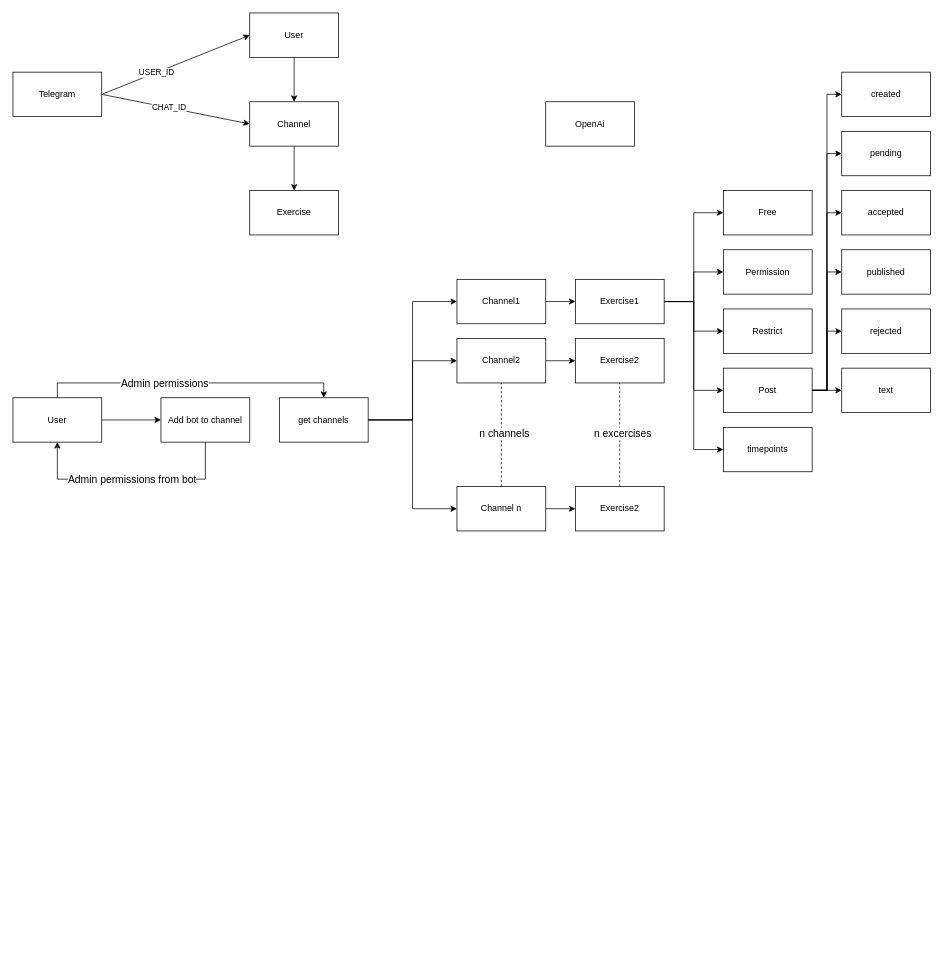
This is page "app_scheme" (4 of 4) of ChatGPT typing.drawio from KmvRoman/Diagrams, a draw.io file, before an edit. Source tidied: cells renumbered, new cells numbered last; positions are measured from the earlier drawing's top-left corner, leaving out a move shared by most shapes. Both pictures are drawn from the tidied source at 74%, with x=0, y=0 at pixel (13, 13).
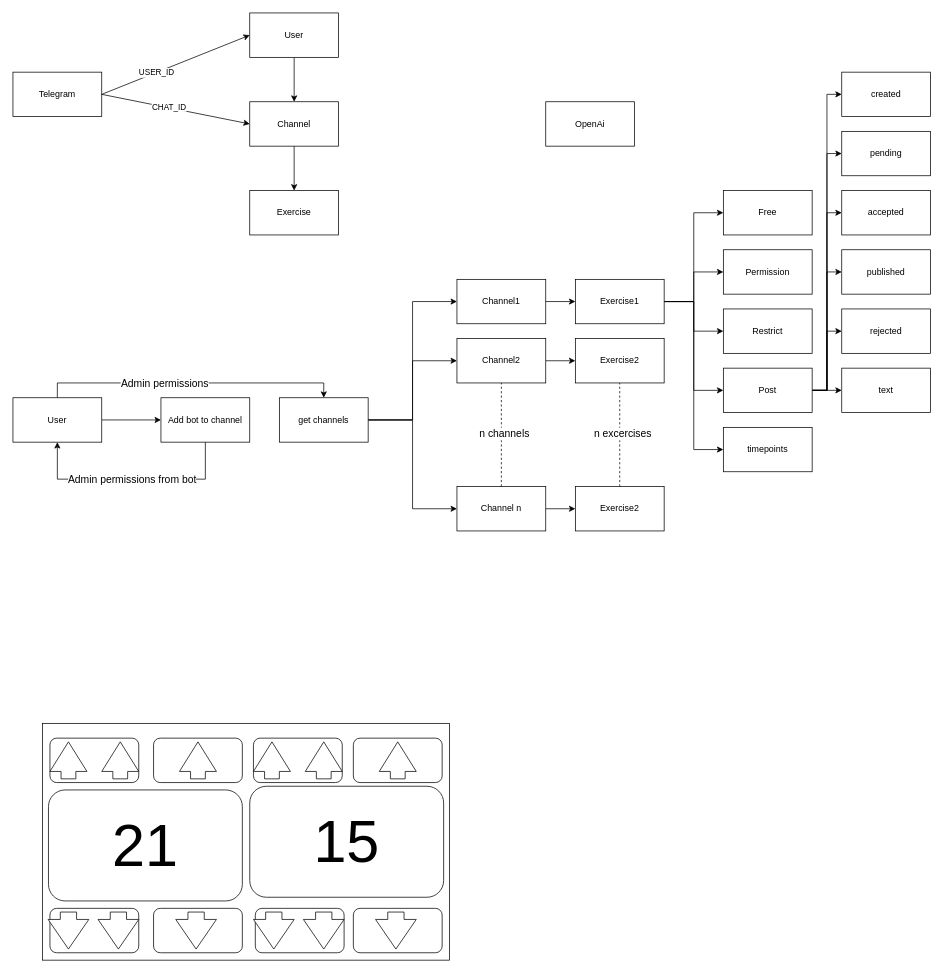
Above is the later version.

Diff of the diagram source:
```diff
@@
+    <mxCell id="59" style="rounded=0;whiteSpace=wrap;html=1;" parent="1" vertex="1">
+      <mxGeometry x="40" y="960" width="550" height="320" as="geometry" />
+    </mxCell>
+    <mxCell id="60" style="rounded=1;whiteSpace=wrap;html=1;" parent="1" vertex="1">
+      <mxGeometry x="50" y="980" width="120" height="60" as="geometry" />
+    </mxCell>
+    <mxCell id="61" style="html=1;shadow=0;dashed=0;align=center;verticalAlign=middle;shape=mxgraph.arrows2.arrow;dy=0.6;dx=40;direction=north;notch=0;" parent="1" vertex="1">
+      <mxGeometry x="50" y="985" width="50" height="50" as="geometry" />
+    </mxCell>
+    <mxCell id="62" style="html=1;shadow=0;dashed=0;align=center;verticalAlign=middle;shape=mxgraph.arrows2.arrow;dy=0.6;dx=40;direction=north;notch=0;" parent="1" vertex="1">
+      <mxGeometry x="120" y="985" width="50" height="50" as="geometry" />
+    </mxCell>
+    <mxCell id="63" style="rounded=1;whiteSpace=wrap;html=1;" parent="1" vertex="1">
+      <mxGeometry x="190" y="980" width="120" height="60" as="geometry" />
+    </mxCell>
+    <mxCell id="64" style="html=1;shadow=0;dashed=0;align=center;verticalAlign=middle;shape=mxgraph.arrows2.arrow;dy=0.6;dx=40;direction=north;notch=0;" parent="1" vertex="1">
+      <mxGeometry x="225" y="985" width="50" height="50" as="geometry" />
+    </mxCell>
+    <mxCell id="65" style="rounded=1;whiteSpace=wrap;html=1;" parent="1" vertex="1">
+      <mxGeometry x="50" y="1210" width="120" height="60" as="geometry" />
+    </mxCell>
+    <mxCell id="66" style="html=1;shadow=0;dashed=0;align=center;verticalAlign=middle;shape=mxgraph.arrows2.arrow;dy=0.6;dx=40;direction=south;notch=0;" parent="1" vertex="1">
+      <mxGeometry x="47.5" y="1215" width="55" height="50" as="geometry" />
+    </mxCell>
+    <mxCell id="67" style="html=1;shadow=0;dashed=0;align=center;verticalAlign=middle;shape=mxgraph.arrows2.arrow;dy=0.6;dx=40;direction=south;notch=0;" parent="1" vertex="1">
+      <mxGeometry x="115" y="1215" width="55" height="50" as="geometry" />
+    </mxCell>
+    <mxCell id="68" style="rounded=1;whiteSpace=wrap;html=1;" parent="1" vertex="1">
+      <mxGeometry x="190" y="1210" width="120" height="60" as="geometry" />
+    </mxCell>
+    <mxCell id="69" style="html=1;shadow=0;dashed=0;align=center;verticalAlign=middle;shape=mxgraph.arrows2.arrow;dy=0.6;dx=40;direction=south;notch=0;" parent="1" vertex="1">
+      <mxGeometry x="220" y="1215" width="55" height="50" as="geometry" />
+    </mxCell>
+    <mxCell id="70" value="&lt;font style=&quot;font-size: 80px;&quot;&gt;21&lt;/font&gt;" style="rounded=1;whiteSpace=wrap;html=1;" parent="1" vertex="1">
+      <mxGeometry x="48" y="1050" width="262" height="150" as="geometry" />
+    </mxCell>
+    <mxCell id="71" value="&lt;font style=&quot;font-size: 80px;&quot;&gt;15&lt;/font&gt;" style="rounded=1;whiteSpace=wrap;html=1;" parent="1" vertex="1">
+      <mxGeometry x="320" y="1045" width="262" height="150" as="geometry" />
+    </mxCell>
+    <mxCell id="72" style="rounded=1;whiteSpace=wrap;html=1;" parent="1" vertex="1">
+      <mxGeometry x="325" y="980" width="120" height="60" as="geometry" />
+    </mxCell>
+    <mxCell id="73" style="html=1;shadow=0;dashed=0;align=center;verticalAlign=middle;shape=mxgraph.arrows2.arrow;dy=0.6;dx=40;direction=north;notch=0;" parent="1" vertex="1">
+      <mxGeometry x="325" y="985" width="50" height="50" as="geometry" />
+    </mxCell>
+    <mxCell id="74" style="html=1;shadow=0;dashed=0;align=center;verticalAlign=middle;shape=mxgraph.arrows2.arrow;dy=0.6;dx=40;direction=north;notch=0;" parent="1" vertex="1">
+      <mxGeometry x="395" y="985" width="50" height="50" as="geometry" />
+    </mxCell>
+    <mxCell id="75" style="rounded=1;whiteSpace=wrap;html=1;" parent="1" vertex="1">
+      <mxGeometry x="460" y="980" width="120" height="60" as="geometry" />
+    </mxCell>
+    <mxCell id="76" style="html=1;shadow=0;dashed=0;align=center;verticalAlign=middle;shape=mxgraph.arrows2.arrow;dy=0.6;dx=40;direction=north;notch=0;" parent="1" vertex="1">
+      <mxGeometry x="495" y="985" width="50" height="50" as="geometry" />
+    </mxCell>
+    <mxCell id="77" style="rounded=1;whiteSpace=wrap;html=1;" parent="1" vertex="1">
+      <mxGeometry x="327.5" y="1210" width="120" height="60" as="geometry" />
+    </mxCell>
+    <mxCell id="78" style="html=1;shadow=0;dashed=0;align=center;verticalAlign=middle;shape=mxgraph.arrows2.arrow;dy=0.6;dx=40;direction=south;notch=0;" parent="1" vertex="1">
+      <mxGeometry x="325" y="1215" width="55" height="50" as="geometry" />
+    </mxCell>
+    <mxCell id="79" style="html=1;shadow=0;dashed=0;align=center;verticalAlign=middle;shape=mxgraph.arrows2.arrow;dy=0.6;dx=40;direction=south;notch=0;" parent="1" vertex="1">
+      <mxGeometry x="392.5" y="1215" width="55" height="50" as="geometry" />
+    </mxCell>
+    <mxCell id="80" style="rounded=1;whiteSpace=wrap;html=1;" parent="1" vertex="1">
+      <mxGeometry x="460" y="1210" width="120" height="60" as="geometry" />
+    </mxCell>
+    <mxCell id="81" style="html=1;shadow=0;dashed=0;align=center;verticalAlign=middle;shape=mxgraph.arrows2.arrow;dy=0.6;dx=40;direction=south;notch=0;" parent="1" vertex="1">
+      <mxGeometry x="490" y="1215" width="55" height="50" as="geometry" />
+    </mxCell>
```
